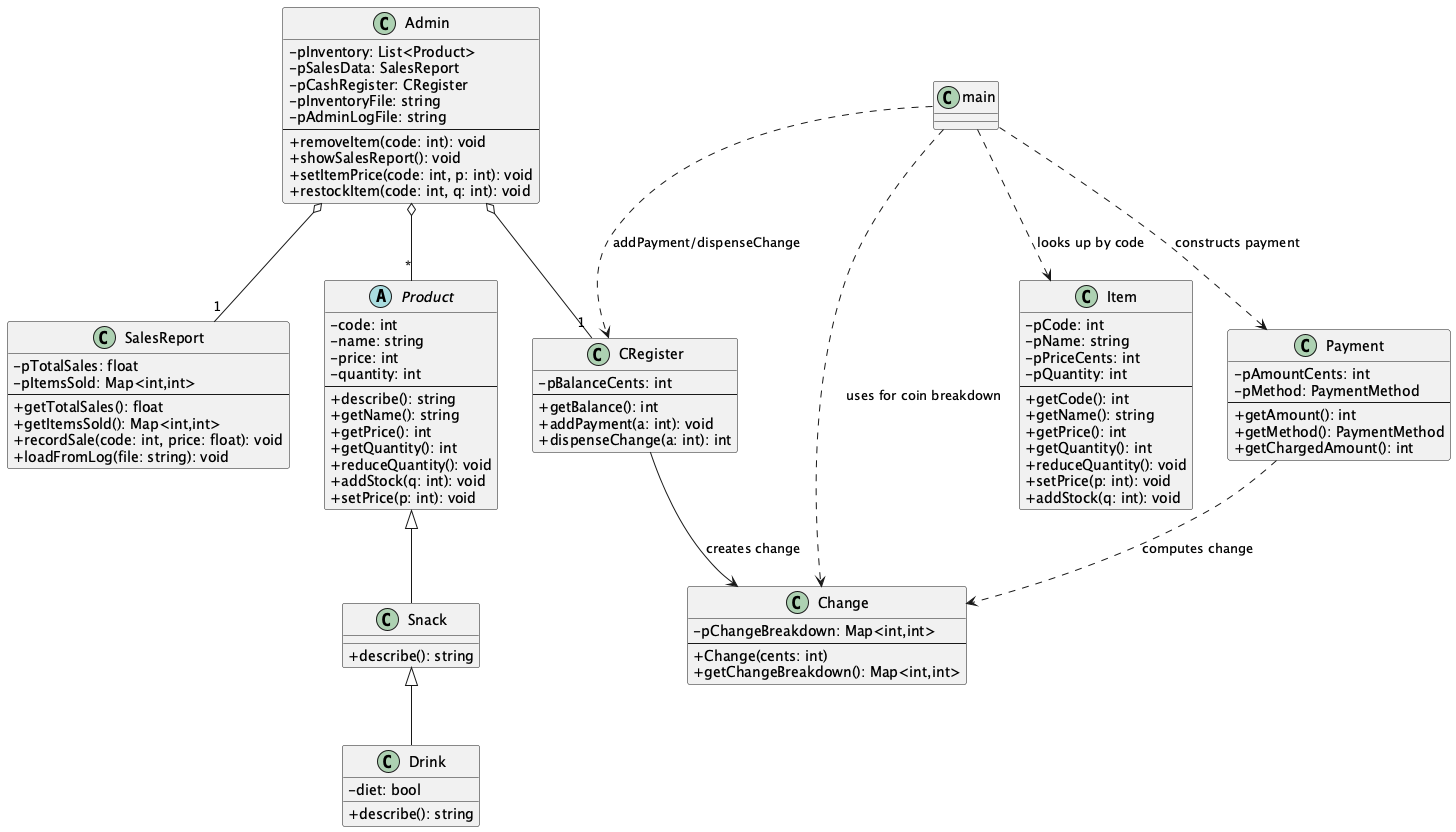
This is class_diagram.png from kenjiADL/OOP_Final_Project, a PlantUML export, as it was before one commit. Source of this version:
```plantuml
@startuml
skinparam classAttributeIconSize 0




abstract class Product {
  - code: int
  - name: string
  - price: int
  - quantity: int
  --
  + describe(): string
  + getName(): string
  + getPrice(): int
  + getQuantity(): int
  + reduceQuantity(): void
  + addStock(q: int): void
  + setPrice(p: int): void
}

class Snack {
  + describe(): string
}
class Drink {
  - diet: bool
  + describe(): string
}

Product <|-- Snack
Snack <|-- Drink

class Item {
  - pCode: int
  - pName: string
  - pPriceCents: int
  - pQuantity: int
  --
  + getCode(): int
  + getName(): string
  + getPrice(): int
  + getQuantity(): int
  + reduceQuantity(): void
  + setPrice(p: int): void
  + addStock(q: int): void
}

class Payment {
  - pAmountCents: int
  - pMethod: PaymentMethod
  --
  + getAmount(): int
  + getMethod(): PaymentMethod
  + getChargedAmount(): int
}

class CRegister {
  - pBalanceCents: int
  --
  + getBalance(): int
  + addPayment(a: int): void
  + dispenseChange(a: int): int
}

class Change {
  - pChangeBreakdown: Map<int,int>
  --
  + Change(cents: int)
  + getChangeBreakdown(): Map<int,int>
}

class SalesReport {
  - pTotalSales: float
  - pItemsSold: Map<int,int>
  --
  + getTotalSales(): float
  + getItemsSold(): Map<int,int>
  + recordSale(code: int, price: float): void
  + loadFromLog(file: string): void
}

class Admin {
  - pInventory: List<Product>
  - pSalesData: SalesReport
  - pCashRegister: CRegister
  - pInventoryFile: string
  - pAdminLogFile: string
  --
  + removeItem(code: int): void
  + showSalesReport(): void
  + setItemPrice(code: int, p: int): void
  + restockItem(code: int, q: int): void
}


Admin o-- "1" CRegister
Admin o-- "1" SalesReport

Admin o-- "*" Product

Payment ..> Change        : computes change
CRegister --> Change      : creates change
main ..> Item             : looks up by code
main ..> Payment          : constructs payment
main ..> CRegister        : addPayment/dispenseChange
main ..> Change           : uses for coin breakdown


@enduml
```
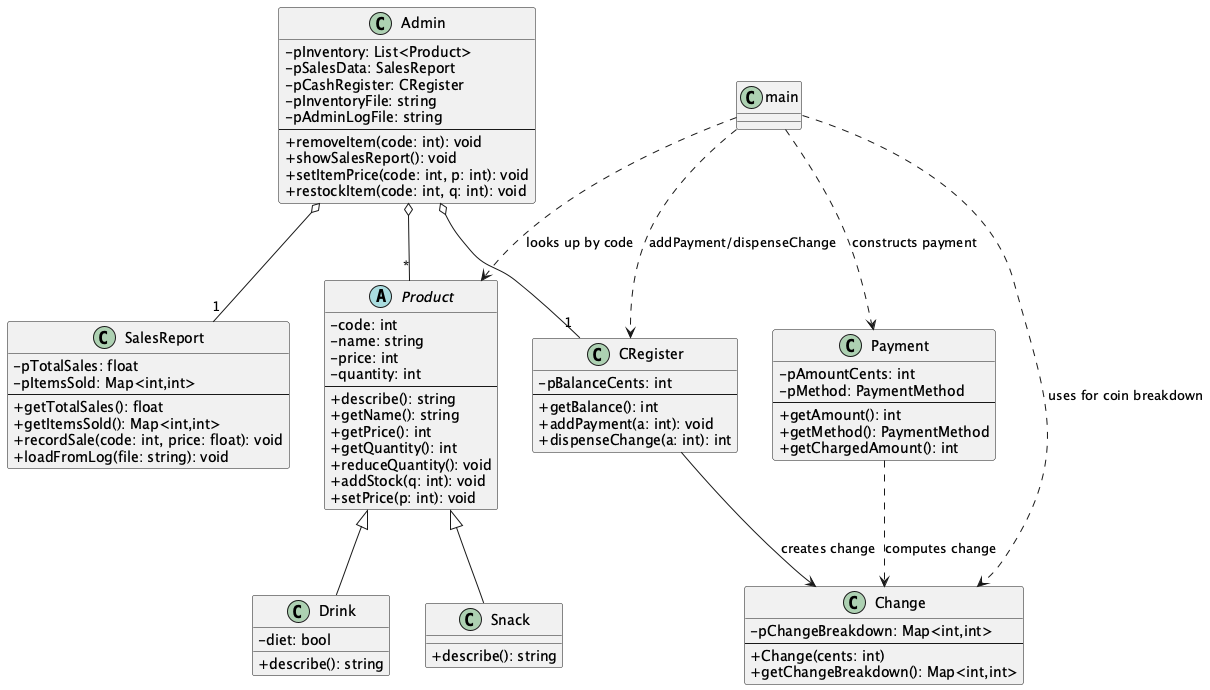
After the commit.

Change to the diagram source:
```diff
@@ -28,22 +28,8 @@
 }
 
 Product <|-- Snack
-Snack <|-- Drink
+Product <|-- Drink
 
-class Item {
-  - pCode: int
-  - pName: string
-  - pPriceCents: int
-  - pQuantity: int
-  --
-  + getCode(): int
-  + getName(): string
-  + getPrice(): int
-  + getQuantity(): int
-  + reduceQuantity(): void
-  + setPrice(p: int): void
-  + addStock(q: int): void
-}
 
 class Payment {
   - pAmountCents: int
@@ -100,7 +86,7 @@
 
 Payment ..> Change        : computes change
 CRegister --> Change      : creates change
-main ..> Item             : looks up by code
+main ..> Product          : looks up by code
 main ..> Payment          : constructs payment
 main ..> CRegister        : addPayment/dispenseChange
 main ..> Change           : uses for coin breakdown
```
